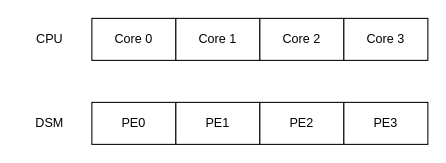
Above: マルチコア同期.drawio in 21km43/drawio (draw.io), before the change. Source tidied: cells renumbered, new cells numbered last; positions are measured from the earlier drawing's top-left corner, leaving out a move shared by most shapes. Both pictures are drawn from the tidied source at 105%, with x=0, y=0 at pixel (18, 18).
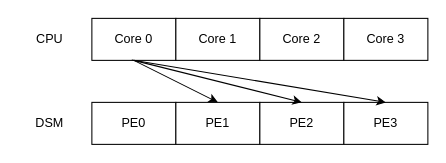
After the change.

Commit message (it also covers changes not shown here):
マルチコア同期.drawio を更新します

The edit, as a diff of the source:
```diff
@@
 <mxGraphModel>
   <root>
     <mxCell id="0" />
     <mxCell id="1" parent="0" />
     <mxCell id="2" value="PE0" style="rounded=0;whiteSpace=wrap;html=1;" parent="1" vertex="1">
       <mxGeometry x="70" y="80" width="80" height="40" as="geometry" />
     </mxCell>
     <mxCell id="3" value="PE1" style="rounded=0;whiteSpace=wrap;html=1;" parent="1" vertex="1">
       <mxGeometry x="150" y="80" width="80" height="40" as="geometry" />
     </mxCell>
     <mxCell id="4" value="PE2" style="rounded=0;whiteSpace=wrap;html=1;" parent="1" vertex="1">
       <mxGeometry x="230" y="80" width="80" height="40" as="geometry" />
     </mxCell>
     <mxCell id="5" value="PE3" style="rounded=0;whiteSpace=wrap;html=1;" parent="1" vertex="1">
       <mxGeometry x="310" y="80" width="80" height="40" as="geometry" />
     </mxCell>
     <mxCell id="6" value="DSM" style="text;strokeColor=none;align=center;fillColor=none;html=1;verticalAlign=middle;whiteSpace=wrap;rounded=0;" parent="1" vertex="1">
       <mxGeometry y="85" width="60" height="30" as="geometry" />
     </mxCell>
     <mxCell id="7" value="Core 0" style="rounded=0;whiteSpace=wrap;html=1;" parent="1" vertex="1">
       <mxGeometry x="70" width="80" height="40" as="geometry" />
     </mxCell>
     <mxCell id="8" value="Core 1" style="rounded=0;whiteSpace=wrap;html=1;" parent="1" vertex="1">
       <mxGeometry x="150" width="80" height="40" as="geometry" />
     </mxCell>
     <mxCell id="9" value="Core 2" style="rounded=0;whiteSpace=wrap;html=1;" parent="1" vertex="1">
       <mxGeometry x="230" width="80" height="40" as="geometry" />
     </mxCell>
     <mxCell id="10" value="Core 3" style="rounded=0;whiteSpace=wrap;html=1;" parent="1" vertex="1">
       <mxGeometry x="310" width="80" height="40" as="geometry" />
     </mxCell>
     <mxCell id="11" value="CPU" style="text;strokeColor=none;align=center;fillColor=none;html=1;verticalAlign=middle;whiteSpace=wrap;rounded=0;" parent="1" vertex="1">
       <mxGeometry y="5" width="60" height="30" as="geometry" />
     </mxCell>
+    <mxCell id="12" style="endArrow=classic;html=1;rounded=0;exitX=0.5;exitY=1;exitDx=0;exitDy=0;entryX=0.5;entryY=0;entryDx=0;entryDy=0;" parent="1" edge="1" source="7" target="3">
+      <mxGeometry relative="1" as="geometry" />
+    </mxCell>
+    <mxCell id="13" style="endArrow=classic;html=1;rounded=0;exitX=0.475;exitY=0.992;exitDx=0;exitDy=0;entryX=0.5;entryY=0;entryDx=0;entryDy=0;exitPerimeter=0;" parent="1" edge="1" source="7" target="5">
+      <mxGeometry relative="1" as="geometry" />
+    </mxCell>
+    <mxCell id="14" style="endArrow=classic;html=1;rounded=0;entryX=0.5;entryY=0;entryDx=0;entryDy=0;exitX=0.5;exitY=1;exitDx=0;exitDy=0;" parent="1" edge="1" source="7" target="4">
+      <mxGeometry relative="1" as="geometry" />
+    </mxCell>
   </root>
 </mxGraphModel>
```
